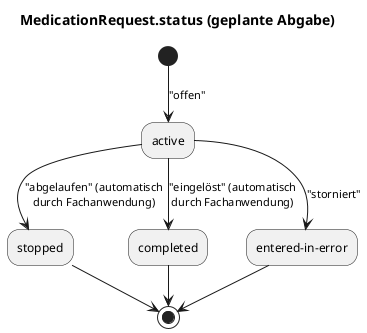
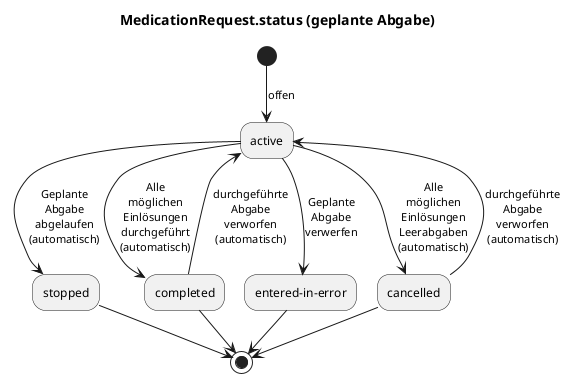
@startuml
title MedicationRequest.status (geplante Abgabe)

- (*) --> ["offen"] active
- active --> ["abgelaufen" (automatisch\ndurch Fachanwendung)] stopped
- active --> ["eingelöst" (automatisch\ndurch Fachanwendung)] completed
- active --> ["storniert"] entered-in-error
+ (*) --> [offen] active
+ active --> [Geplante\nAbgabe\nabgelaufen\n(automatisch)] stopped
+ active --> [Alle\nmöglichen\nEinlösungen\ndurchgeführt\n(automatisch)] completed
+ active --> [Geplante\nAbgabe\nverwerfen] entered-in-error
+ active --> [Alle\nmöglichen\nEinlösungen\nLeerabgaben\n(automatisch)] cancelled
+ completed --> [durchgeführte\nAbgabe\nverworfen\n(automatisch)] active
+ cancelled --> [durchgeführte\nAbgabe\nverworfen\n(automatisch)] active
stopped --> (*)
"entered-in-error" --> (*)
completed --> (*)
+ cancelled --> (*)
@enduml